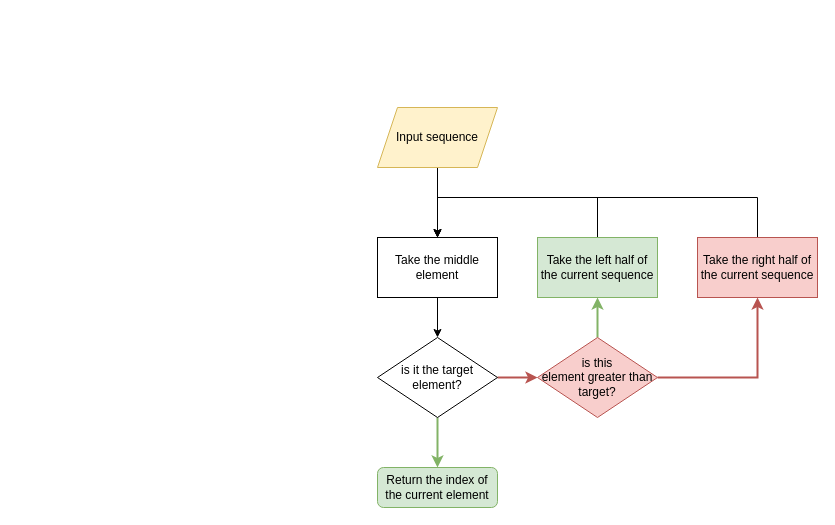
This is drawio/binary_search_flowchart.drawio from Daniel-March-Portfolio/.github, a draw.io file, before an edit. Source tidied: cells renumbered, new cells numbered last; positions are measured from the earlier drawing's top-left corner, leaving out a move shared by most shapes. Both pictures are drawn from the tidied source at 100%, with x=0, y=0 at pixel (377, 107).
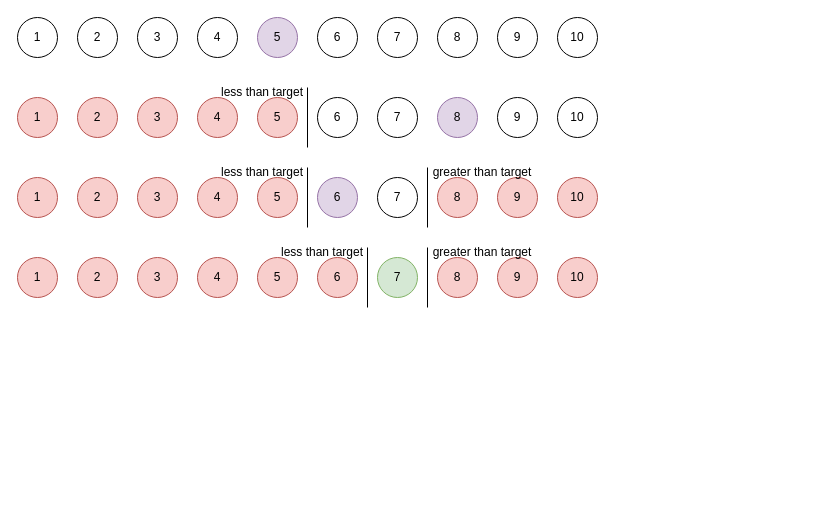
The same page after the edit.

The edit, as a diff of the source:
```diff
@@
-    <mxCell id="2" style="edgeStyle=orthogonalEdgeStyle;rounded=0;jettySize=auto;html=1;exitX=0.5;exitY=1;exitDx=0;exitDy=0;" parent="1" edge="1" source="3" target="5">
-      <mxGeometry relative="1" as="geometry" />
-    </mxCell>
-    <mxCell id="3" value="Input sequence" style="shape=parallelogram;perimeter=parallelogramPerimeter;whiteSpace=wrap;html=1;fixedSize=1;fillColor=#fff2cc;strokeColor=#d6b656;" parent="1" vertex="1">
-      <mxGeometry width="120" height="60" as="geometry" />
-    </mxCell>
-    <mxCell id="4" style="edgeStyle=orthogonalEdgeStyle;rounded=0;jettySize=auto;html=1;exitX=0.5;exitY=1;exitDx=0;exitDy=0;" parent="1" edge="1" source="5" target="8">
-      <mxGeometry relative="1" as="geometry" />
-    </mxCell>
-    <mxCell id="5" value="Take the middle element" style="rounded=0;whiteSpace=wrap;html=1;" parent="1" vertex="1">
-      <mxGeometry y="130" width="120" height="60" as="geometry" />
-    </mxCell>
-    <mxCell id="6" style="edgeStyle=orthogonalEdgeStyle;rounded=0;jettySize=auto;html=1;exitX=0.5;exitY=1;exitDx=0;exitDy=0;fillColor=#d5e8d4;strokeColor=#82b366;strokeWidth=2;" parent="1" edge="1" source="8" target="9">
-      <mxGeometry relative="1" as="geometry" />
-    </mxCell>
-    <mxCell id="7" style="edgeStyle=orthogonalEdgeStyle;rounded=0;jettySize=auto;html=1;exitX=1;exitY=0.5;exitDx=0;exitDy=0;fillColor=#f8cecc;strokeColor=#b85450;strokeWidth=2;" parent="1" edge="1" source="8" target="12">
-      <mxGeometry relative="1" as="geometry" />
-    </mxCell>
-    <mxCell id="8" value="is it the target element?" style="rhombus;whiteSpace=wrap;html=1;" parent="1" vertex="1">
-      <mxGeometry y="230" width="120" height="80" as="geometry" />
-    </mxCell>
-    <mxCell id="9" value="Return the index of the current element" style="rounded=1;whiteSpace=wrap;html=1;fillColor=#d5e8d4;strokeColor=#82b366;" parent="1" vertex="1">
-      <mxGeometry y="360" width="120" height="40" as="geometry" />
-    </mxCell>
-    <mxCell id="10" style="edgeStyle=orthogonalEdgeStyle;rounded=0;jettySize=auto;html=1;exitX=0.5;exitY=0;exitDx=0;exitDy=0;entryX=0.5;entryY=1;entryDx=0;entryDy=0;fillColor=#d5e8d4;strokeColor=#82b366;strokeWidth=2;" parent="1" edge="1" source="12" target="14">
-      <mxGeometry relative="1" as="geometry" />
-    </mxCell>
-    <mxCell id="11" style="edgeStyle=orthogonalEdgeStyle;rounded=0;jettySize=auto;html=1;exitX=1;exitY=0.5;exitDx=0;exitDy=0;entryX=0.5;entryY=1;entryDx=0;entryDy=0;fillColor=#f8cecc;strokeColor=#b85450;strokeWidth=2;" parent="1" edge="1" source="12" target="16">
-      <mxGeometry relative="1" as="geometry" />
-    </mxCell>
-    <mxCell id="12" value="is this &lt;br&gt;element greater than &lt;br&gt;target?" style="rhombus;whiteSpace=wrap;html=1;fillColor=#f8cecc;strokeColor=#b85450;" parent="1" vertex="1">
-      <mxGeometry x="160" y="230" width="120" height="80" as="geometry" />
-    </mxCell>
-    <mxCell id="13" style="edgeStyle=orthogonalEdgeStyle;rounded=0;jettySize=auto;html=1;exitX=0.5;exitY=0;exitDx=0;exitDy=0;entryX=0.5;entryY=0;entryDx=0;entryDy=0;" parent="1" edge="1" source="14" target="5">
-      <mxGeometry relative="1" as="geometry">
-        <Array as="points">
-          <mxPoint x="220" y="90" />
-          <mxPoint x="60" y="90" />
-        </Array>
-      </mxGeometry>
-    </mxCell>
-    <mxCell id="14" value="Take the left half of the current sequence" style="rounded=0;whiteSpace=wrap;html=1;fillColor=#d5e8d4;strokeColor=#82b366;" parent="1" vertex="1">
-      <mxGeometry x="160" y="130" width="120" height="60" as="geometry" />
-    </mxCell>
-    <mxCell id="15" style="edgeStyle=orthogonalEdgeStyle;rounded=0;jettySize=auto;html=1;exitX=0.5;exitY=0;exitDx=0;exitDy=0;" parent="1" edge="1" source="16">
-      <mxGeometry relative="1" as="geometry">
-        <mxPoint x="60" y="130.3" as="targetPoint" />
-        <Array as="points">
-          <mxPoint x="380" y="90" />
-          <mxPoint x="60" y="90" />
-        </Array>
-      </mxGeometry>
-    </mxCell>
-    <mxCell id="16" value="Take the right half of the current sequence" style="rounded=0;whiteSpace=wrap;html=1;fillColor=#f8cecc;strokeColor=#b85450;" parent="1" vertex="1">
-      <mxGeometry x="320" y="130" width="120" height="60" as="geometry" />
-    </mxCell>
+    <mxCell id="17" value="1" style="ellipse;whiteSpace=wrap;html=1;" parent="1" vertex="1">
+      <mxGeometry x="-360" y="-90" width="40" height="40" as="geometry" />
+    </mxCell>
+    <mxCell id="18" value="2" style="ellipse;whiteSpace=wrap;html=1;" parent="1" vertex="1">
+      <mxGeometry x="-300" y="-90" width="40" height="40" as="geometry" />
+    </mxCell>
+    <mxCell id="19" value="3" style="ellipse;whiteSpace=wrap;html=1;" parent="1" vertex="1">
+      <mxGeometry x="-240" y="-90" width="40" height="40" as="geometry" />
+    </mxCell>
+    <mxCell id="20" value="4" style="ellipse;whiteSpace=wrap;html=1;" parent="1" vertex="1">
+      <mxGeometry x="-180" y="-90" width="40" height="40" as="geometry" />
+    </mxCell>
+    <mxCell id="21" value="5" style="ellipse;whiteSpace=wrap;html=1;fillColor=#e1d5e7;strokeColor=#9673a6;" parent="1" vertex="1">
+      <mxGeometry x="-120" y="-90" width="40" height="40" as="geometry" />
+    </mxCell>
+    <mxCell id="22" value="6" style="ellipse;whiteSpace=wrap;html=1;" parent="1" vertex="1">
+      <mxGeometry x="-60" y="-90" width="40" height="40" as="geometry" />
+    </mxCell>
+    <mxCell id="23" value="7" style="ellipse;whiteSpace=wrap;html=1;" parent="1" vertex="1">
+      <mxGeometry y="-90" width="40" height="40" as="geometry" />
+    </mxCell>
+    <mxCell id="24" value="8" style="ellipse;whiteSpace=wrap;html=1;" parent="1" vertex="1">
+      <mxGeometry x="60" y="-90" width="40" height="40" as="geometry" />
+    </mxCell>
+    <mxCell id="25" value="9" style="ellipse;whiteSpace=wrap;html=1;" parent="1" vertex="1">
+      <mxGeometry x="120" y="-90" width="40" height="40" as="geometry" />
+    </mxCell>
+    <mxCell id="26" value="10" style="ellipse;whiteSpace=wrap;html=1;" parent="1" vertex="1">
+      <mxGeometry x="180" y="-90" width="40" height="40" as="geometry" />
+    </mxCell>
+    <mxCell id="27" value="1" style="ellipse;whiteSpace=wrap;html=1;fillColor=#f8cecc;strokeColor=#b85450;" parent="1" vertex="1">
+      <mxGeometry x="-360" y="-10" width="40" height="40" as="geometry" />
+    </mxCell>
+    <mxCell id="28" value="2" style="ellipse;whiteSpace=wrap;html=1;fillColor=#f8cecc;strokeColor=#b85450;" parent="1" vertex="1">
+      <mxGeometry x="-300" y="-10" width="40" height="40" as="geometry" />
+    </mxCell>
+    <mxCell id="29" value="3" style="ellipse;whiteSpace=wrap;html=1;fillColor=#f8cecc;strokeColor=#b85450;" parent="1" vertex="1">
+      <mxGeometry x="-240" y="-10" width="40" height="40" as="geometry" />
+    </mxCell>
+    <mxCell id="30" value="4" style="ellipse;whiteSpace=wrap;html=1;fillColor=#f8cecc;strokeColor=#b85450;" parent="1" vertex="1">
+      <mxGeometry x="-180" y="-10" width="40" height="40" as="geometry" />
+    </mxCell>
+    <mxCell id="31" value="5" style="ellipse;whiteSpace=wrap;html=1;fillColor=#f8cecc;strokeColor=#b85450;" parent="1" vertex="1">
+      <mxGeometry x="-120" y="-10" width="40" height="40" as="geometry" />
+    </mxCell>
+    <mxCell id="32" value="6" style="ellipse;whiteSpace=wrap;html=1;" parent="1" vertex="1">
+      <mxGeometry x="-60" y="-10" width="40" height="40" as="geometry" />
+    </mxCell>
+    <mxCell id="33" value="7" style="ellipse;whiteSpace=wrap;html=1;" parent="1" vertex="1">
+      <mxGeometry y="-10" width="40" height="40" as="geometry" />
+    </mxCell>
+    <mxCell id="34" value="8" style="ellipse;whiteSpace=wrap;html=1;fillColor=#e1d5e7;strokeColor=#9673a6;" parent="1" vertex="1">
+      <mxGeometry x="60" y="-10" width="40" height="40" as="geometry" />
+    </mxCell>
+    <mxCell id="35" value="9" style="ellipse;whiteSpace=wrap;html=1;" parent="1" vertex="1">
+      <mxGeometry x="120" y="-10" width="40" height="40" as="geometry" />
+    </mxCell>
+    <mxCell id="36" value="10" style="ellipse;whiteSpace=wrap;html=1;" parent="1" vertex="1">
+      <mxGeometry x="180" y="-10" width="40" height="40" as="geometry" />
+    </mxCell>
+    <mxCell id="37" value="1" style="ellipse;whiteSpace=wrap;html=1;fillColor=#f8cecc;strokeColor=#b85450;" parent="1" vertex="1">
+      <mxGeometry x="-360" y="70" width="40" height="40" as="geometry" />
+    </mxCell>
+    <mxCell id="38" value="2" style="ellipse;whiteSpace=wrap;html=1;fillColor=#f8cecc;strokeColor=#b85450;" parent="1" vertex="1">
+      <mxGeometry x="-300" y="70" width="40" height="40" as="geometry" />
+    </mxCell>
+    <mxCell id="39" value="3" style="ellipse;whiteSpace=wrap;html=1;fillColor=#f8cecc;strokeColor=#b85450;" parent="1" vertex="1">
+      <mxGeometry x="-240" y="70" width="40" height="40" as="geometry" />
+    </mxCell>
+    <mxCell id="40" value="4" style="ellipse;whiteSpace=wrap;html=1;fillColor=#f8cecc;strokeColor=#b85450;" parent="1" vertex="1">
+      <mxGeometry x="-180" y="70" width="40" height="40" as="geometry" />
+    </mxCell>
+    <mxCell id="41" value="5" style="ellipse;whiteSpace=wrap;html=1;fillColor=#f8cecc;strokeColor=#b85450;" parent="1" vertex="1">
+      <mxGeometry x="-120" y="70" width="40" height="40" as="geometry" />
+    </mxCell>
+    <mxCell id="42" value="6" style="ellipse;whiteSpace=wrap;html=1;fillColor=#e1d5e7;strokeColor=#9673a6;" parent="1" vertex="1">
+      <mxGeometry x="-60" y="70" width="40" height="40" as="geometry" />
+    </mxCell>
+    <mxCell id="43" value="7" style="ellipse;whiteSpace=wrap;html=1;" parent="1" vertex="1">
+      <mxGeometry y="70" width="40" height="40" as="geometry" />
+    </mxCell>
+    <mxCell id="44" value="8" style="ellipse;whiteSpace=wrap;html=1;fillColor=#f8cecc;strokeColor=#b85450;" parent="1" vertex="1">
+      <mxGeometry x="60" y="70" width="40" height="40" as="geometry" />
+    </mxCell>
+    <mxCell id="45" value="9" style="ellipse;whiteSpace=wrap;html=1;fillColor=#f8cecc;strokeColor=#b85450;" parent="1" vertex="1">
+      <mxGeometry x="120" y="70" width="40" height="40" as="geometry" />
+    </mxCell>
+    <mxCell id="46" value="10" style="ellipse;whiteSpace=wrap;html=1;fillColor=#f8cecc;strokeColor=#b85450;" parent="1" vertex="1">
+      <mxGeometry x="180" y="70" width="40" height="40" as="geometry" />
+    </mxCell>
+    <mxCell id="47" value="1" style="ellipse;whiteSpace=wrap;html=1;fillColor=#f8cecc;strokeColor=#b85450;" parent="1" vertex="1">
+      <mxGeometry x="-360" y="150" width="40" height="40" as="geometry" />
+    </mxCell>
+    <mxCell id="48" value="2" style="ellipse;whiteSpace=wrap;html=1;fillColor=#f8cecc;strokeColor=#b85450;" parent="1" vertex="1">
+      <mxGeometry x="-300" y="150" width="40" height="40" as="geometry" />
+    </mxCell>
+    <mxCell id="49" value="3" style="ellipse;whiteSpace=wrap;html=1;fillColor=#f8cecc;strokeColor=#b85450;" parent="1" vertex="1">
+      <mxGeometry x="-240" y="150" width="40" height="40" as="geometry" />
+    </mxCell>
+    <mxCell id="50" value="4" style="ellipse;whiteSpace=wrap;html=1;fillColor=#f8cecc;strokeColor=#b85450;" parent="1" vertex="1">
+      <mxGeometry x="-180" y="150" width="40" height="40" as="geometry" />
+    </mxCell>
+    <mxCell id="51" value="5" style="ellipse;whiteSpace=wrap;html=1;fillColor=#f8cecc;strokeColor=#b85450;" parent="1" vertex="1">
+      <mxGeometry x="-120" y="150" width="40" height="40" as="geometry" />
+    </mxCell>
+    <mxCell id="52" value="6" style="ellipse;whiteSpace=wrap;html=1;fillColor=#f8cecc;strokeColor=#b85450;" parent="1" vertex="1">
+      <mxGeometry x="-60" y="150" width="40" height="40" as="geometry" />
+    </mxCell>
+    <mxCell id="53" value="7" style="ellipse;whiteSpace=wrap;html=1;fillColor=#d5e8d4;strokeColor=#82b366;" parent="1" vertex="1">
+      <mxGeometry y="150" width="40" height="40" as="geometry" />
+    </mxCell>
+    <mxCell id="54" value="8" style="ellipse;whiteSpace=wrap;html=1;fillColor=#f8cecc;strokeColor=#b85450;" parent="1" vertex="1">
+      <mxGeometry x="60" y="150" width="40" height="40" as="geometry" />
+    </mxCell>
+    <mxCell id="55" value="9" style="ellipse;whiteSpace=wrap;html=1;fillColor=#f8cecc;strokeColor=#b85450;" parent="1" vertex="1">
+      <mxGeometry x="120" y="150" width="40" height="40" as="geometry" />
+    </mxCell>
+    <mxCell id="56" value="10" style="ellipse;whiteSpace=wrap;html=1;fillColor=#f8cecc;strokeColor=#b85450;" parent="1" vertex="1">
+      <mxGeometry x="180" y="150" width="40" height="40" as="geometry" />
+    </mxCell>
+    <mxCell id="57" style="endArrow=none;html=1;rounded=0;" parent="1" edge="1">
+      <mxGeometry relative="1" as="geometry">
+        <mxPoint x="-70" y="40" as="sourcePoint" />
+        <mxPoint x="-70" y="-20" as="targetPoint" />
+      </mxGeometry>
+    </mxCell>
+    <mxCell id="58" value="less than target" style="text;html=1;strokeColor=none;fillColor=none;align=center;verticalAlign=middle;whiteSpace=wrap;rounded=0;" parent="1" vertex="1">
+      <mxGeometry x="-160" y="-20" width="90" height="10" as="geometry" />
+    </mxCell>
+    <mxCell id="59" style="endArrow=none;html=1;rounded=0;" parent="1" edge="1">
+      <mxGeometry relative="1" as="geometry">
+        <mxPoint x="-70" y="120" as="sourcePoint" />
+        <mxPoint x="-70" y="60" as="targetPoint" />
+      </mxGeometry>
+    </mxCell>
+    <mxCell id="60" value="less than target" style="text;html=1;strokeColor=none;fillColor=none;align=center;verticalAlign=middle;whiteSpace=wrap;rounded=0;" parent="1" vertex="1">
+      <mxGeometry x="-160" y="60" width="90" height="10" as="geometry" />
+    </mxCell>
+    <mxCell id="61" style="endArrow=none;html=1;rounded=0;" parent="1" edge="1">
+      <mxGeometry relative="1" as="geometry">
+        <mxPoint x="-10" y="200" as="sourcePoint" />
+        <mxPoint x="-10" y="140" as="targetPoint" />
+      </mxGeometry>
+    </mxCell>
+    <mxCell id="62" value="less than target" style="text;html=1;strokeColor=none;fillColor=none;align=center;verticalAlign=middle;whiteSpace=wrap;rounded=0;" parent="1" vertex="1">
+      <mxGeometry x="-100" y="140" width="90" height="10" as="geometry" />
+    </mxCell>
+    <mxCell id="63" style="endArrow=none;html=1;rounded=0;" parent="1" edge="1">
+      <mxGeometry relative="1" as="geometry">
+        <mxPoint x="50" y="200" as="sourcePoint" />
+        <mxPoint x="50" y="140" as="targetPoint" />
+      </mxGeometry>
+    </mxCell>
+    <mxCell id="64" value="greater&amp;nbsp;than target" style="text;html=1;strokeColor=none;fillColor=none;align=center;verticalAlign=middle;whiteSpace=wrap;rounded=0;" parent="1" vertex="1">
+      <mxGeometry x="50" y="140" width="110" height="10" as="geometry" />
+    </mxCell>
+    <mxCell id="65" value="greater&amp;nbsp;than target" style="text;html=1;strokeColor=none;fillColor=none;align=center;verticalAlign=middle;whiteSpace=wrap;rounded=0;" parent="1" vertex="1">
+      <mxGeometry x="50" y="60" width="110" height="10" as="geometry" />
+    </mxCell>
+    <mxCell id="66" style="endArrow=none;html=1;rounded=0;" parent="1" edge="1">
+      <mxGeometry relative="1" as="geometry">
+        <mxPoint x="50" y="120" as="sourcePoint" />
+        <mxPoint x="50" y="60" as="targetPoint" />
+      </mxGeometry>
+    </mxCell>
```
